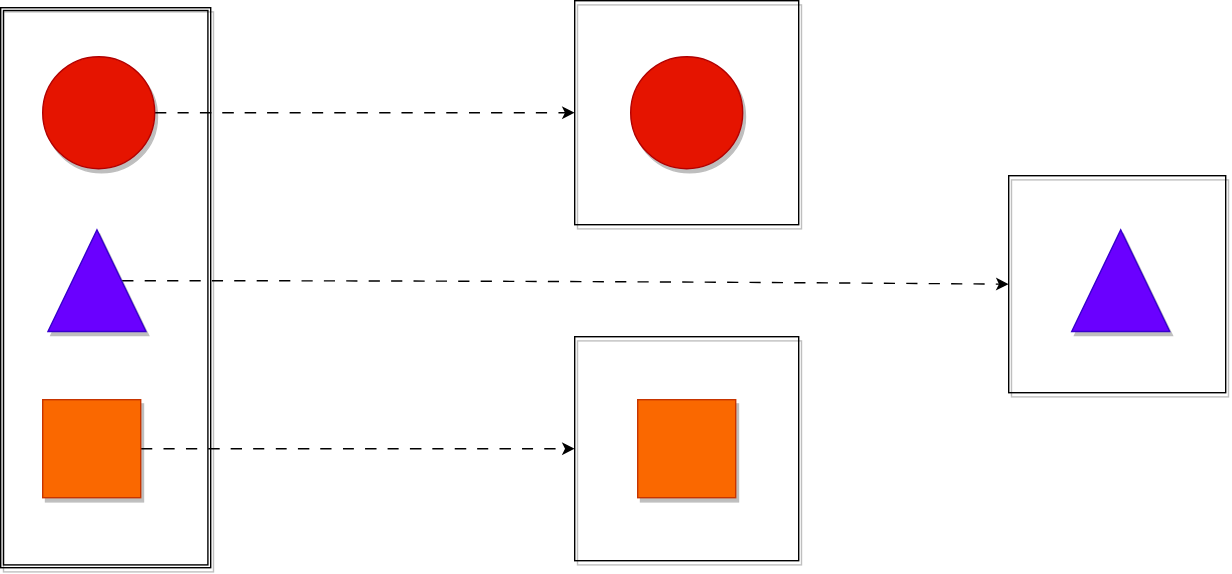
This is images/srp.drawio.svg from gerasoa/SOLID, a draw.io export, as it was before one commit. Source tidied: cells renumbered, new cells last; positions are measured from the earlier drawing's top-left corner, leaving out a move shared by most shapes. Source of this version:
```xml
<mxGraphModel>
  <root>
    <mxCell id="0" />
    <mxCell id="1" parent="0" />
    <mxCell id="2" style="shape=ext;double=1;rounded=0;whiteSpace=wrap;html=1;shadow=1;glass=0;labelBorderColor=none;sketch=0;strokeColor=default;fontFamily=Tahoma;fontSize=13;fillColor=none;" parent="1" vertex="1">
      <mxGeometry y="5" width="150" height="400" as="geometry" />
    </mxCell>
    <mxCell id="3" style="edgeStyle=orthogonalEdgeStyle;curved=1;html=1;exitX=0.5;exitY=1;exitDx=0;exitDy=0;entryX=0;entryY=0.5;entryDx=0;entryDy=0;strokeWidth=1;fontFamily=Tahoma;fontSize=13;flowAnimation=1;" parent="1" edge="1" source="4" target="10">
      <mxGeometry relative="1" as="geometry" />
    </mxCell>
    <mxCell id="4" style="triangle;whiteSpace=wrap;html=1;rounded=0;shadow=1;glass=0;labelBorderColor=none;sketch=0;strokeColor=#3700CC;fontFamily=Tahoma;fontSize=13;fillColor=#6a00ff;rotation=-90;fontColor=#ffffff;" parent="1" vertex="1">
      <mxGeometry x="32.5" y="165" width="72.5" height="70" as="geometry" />
    </mxCell>
    <mxCell id="5" style="edgeStyle=orthogonalEdgeStyle;curved=1;html=1;exitX=1;exitY=0.5;exitDx=0;exitDy=0;entryX=0;entryY=0.5;entryDx=0;entryDy=0;strokeWidth=1;fontFamily=Tahoma;fontSize=13;flowAnimation=1;" parent="1" edge="1" source="6" target="11">
      <mxGeometry relative="1" as="geometry" />
    </mxCell>
    <mxCell id="6" style="whiteSpace=wrap;html=1;rounded=0;shadow=1;glass=0;labelBorderColor=none;sketch=0;strokeColor=#C73500;fontFamily=Tahoma;fontSize=13;fillColor=#fa6800;fontColor=#000000;" parent="1" vertex="1">
      <mxGeometry x="30" y="285" width="70" height="70" as="geometry" />
    </mxCell>
    <mxCell id="7" style="edgeStyle=orthogonalEdgeStyle;curved=1;html=1;exitX=1;exitY=0.5;exitDx=0;exitDy=0;entryX=0;entryY=0.5;entryDx=0;entryDy=0;strokeWidth=1;fontFamily=Tahoma;fontSize=13;flowAnimation=1;" parent="1" edge="1" source="8" target="9">
      <mxGeometry relative="1" as="geometry" />
    </mxCell>
    <mxCell id="8" style="ellipse;whiteSpace=wrap;html=1;rounded=0;shadow=1;glass=0;labelBorderColor=none;sketch=0;strokeColor=#B20000;fontFamily=Tahoma;fontSize=13;fillColor=#e51400;fontColor=#ffffff;" parent="1" vertex="1">
      <mxGeometry x="30" y="40" width="80" height="80" as="geometry" />
    </mxCell>
    <mxCell id="9" style="whiteSpace=wrap;html=1;rounded=0;shadow=1;glass=0;labelBorderColor=none;sketch=0;strokeColor=default;fontFamily=Tahoma;fontSize=13;fillColor=none;" parent="1" vertex="1">
      <mxGeometry x="410" width="160" height="160" as="geometry" />
    </mxCell>
    <mxCell id="10" style="whiteSpace=wrap;html=1;rounded=0;shadow=1;glass=0;labelBorderColor=none;sketch=0;strokeColor=default;fontFamily=Tahoma;fontSize=13;fillColor=none;" parent="1" vertex="1">
      <mxGeometry x="720" y="125" width="155" height="155" as="geometry" />
    </mxCell>
    <mxCell id="11" style="whiteSpace=wrap;html=1;rounded=0;shadow=1;glass=0;labelBorderColor=none;sketch=0;strokeColor=default;fontFamily=Tahoma;fontSize=13;fillColor=none;" parent="1" vertex="1">
      <mxGeometry x="410" y="240" width="160" height="160" as="geometry" />
    </mxCell>
    <mxCell id="12" style="ellipse;whiteSpace=wrap;html=1;rounded=0;shadow=1;glass=0;labelBorderColor=none;sketch=0;strokeColor=#B20000;fontFamily=Tahoma;fontSize=13;fillColor=#e51400;fontColor=#ffffff;" parent="1" vertex="1">
      <mxGeometry x="450" y="40" width="80" height="80" as="geometry" />
    </mxCell>
    <mxCell id="13" style="triangle;whiteSpace=wrap;html=1;rounded=0;shadow=1;glass=0;labelBorderColor=none;sketch=0;strokeColor=#3700CC;fontFamily=Tahoma;fontSize=13;fillColor=#6a00ff;rotation=-90;fontColor=#ffffff;" parent="1" vertex="1">
      <mxGeometry x="763.8" y="165" width="72.5" height="70" as="geometry" />
    </mxCell>
    <mxCell id="14" style="whiteSpace=wrap;html=1;rounded=0;shadow=1;glass=0;labelBorderColor=none;sketch=0;strokeColor=#C73500;fontFamily=Tahoma;fontSize=13;fillColor=#fa6800;fontColor=#000000;" parent="1" vertex="1">
      <mxGeometry x="455" y="285" width="70" height="70" as="geometry" />
    </mxCell>
  </root>
</mxGraphModel>
```
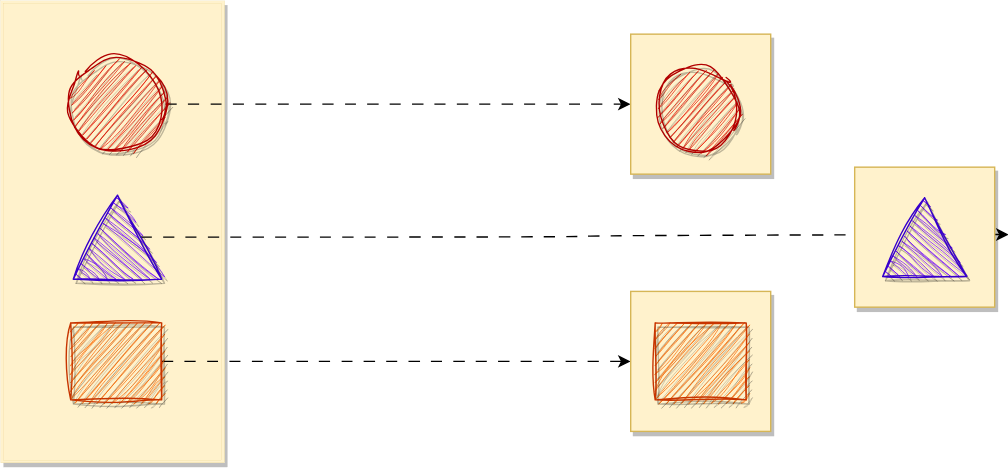
After the commit.

Change to the diagram source:
```diff
@@ -2,44 +2,46 @@
   <root>
     <mxCell id="0" />
     <mxCell id="1" parent="0" />
-    <mxCell id="2" style="shape=ext;double=1;rounded=0;whiteSpace=wrap;html=1;shadow=1;glass=0;labelBorderColor=none;sketch=0;strokeColor=default;fontFamily=Tahoma;fontSize=13;fillColor=none;" parent="1" vertex="1">
-      <mxGeometry y="5" width="150" height="400" as="geometry" />
+    <mxCell id="2" style="shape=ext;double=1;rounded=0;whiteSpace=wrap;html=1;shadow=1;glass=0;labelBorderColor=none;sketch=0;strokeColor=#d6b656;fontFamily=Tahoma;fontSize=13;fillColor=#fff2cc;strokeWidth=0;" parent="1" vertex="1">
+      <mxGeometry y="25" width="160" height="330" as="geometry" />
     </mxCell>
-    <mxCell id="3" style="edgeStyle=orthogonalEdgeStyle;curved=1;html=1;exitX=0.5;exitY=1;exitDx=0;exitDy=0;entryX=0;entryY=0.5;entryDx=0;entryDy=0;strokeWidth=1;fontFamily=Tahoma;fontSize=13;flowAnimation=1;" parent="1" edge="1" source="4" target="10">
-      <mxGeometry relative="1" as="geometry" />
+    <mxCell id="3" style="edgeStyle=orthogonalEdgeStyle;curved=1;html=1;exitX=0.5;exitY=1;exitDx=0;exitDy=0;entryX=0;entryY=0.5;entryDx=0;entryDy=0;strokeWidth=1;fontFamily=Tahoma;fontSize=13;flowAnimation=1;" parent="1" edge="1" source="4">
+      <mxGeometry relative="1" as="geometry">
+        <mxPoint x="720" y="191.9" as="targetPoint" />
+      </mxGeometry>
     </mxCell>
-    <mxCell id="4" style="triangle;whiteSpace=wrap;html=1;rounded=0;shadow=1;glass=0;labelBorderColor=none;sketch=0;strokeColor=#3700CC;fontFamily=Tahoma;fontSize=13;fillColor=#6a00ff;rotation=-90;fontColor=#ffffff;" parent="1" vertex="1">
-      <mxGeometry x="32.5" y="165" width="72.5" height="70" as="geometry" />
+    <mxCell id="4" style="triangle;whiteSpace=wrap;html=1;rounded=0;shadow=1;glass=0;labelBorderColor=none;sketch=1;strokeColor=#3700CC;fontFamily=Tahoma;fontSize=13;fillColor=#6a00ff;rotation=-90;fontColor=#ffffff;curveFitting=1;jiggle=2;" parent="1" vertex="1">
+      <mxGeometry x="53.4" y="162.2" width="60" height="63.1" as="geometry" />
     </mxCell>
-    <mxCell id="5" style="edgeStyle=orthogonalEdgeStyle;curved=1;html=1;exitX=1;exitY=0.5;exitDx=0;exitDy=0;entryX=0;entryY=0.5;entryDx=0;entryDy=0;strokeWidth=1;fontFamily=Tahoma;fontSize=13;flowAnimation=1;" parent="1" edge="1" source="6" target="11">
+    <mxCell id="5" style="edgeStyle=orthogonalEdgeStyle;curved=1;html=1;exitX=1;exitY=0.5;exitDx=0;exitDy=0;entryX=0;entryY=0.5;entryDx=0;entryDy=0;strokeWidth=1;fontFamily=Tahoma;fontSize=13;flowAnimation=1;" parent="1" edge="1" source="6" target="18">
       <mxGeometry relative="1" as="geometry" />
     </mxCell>
-    <mxCell id="6" style="whiteSpace=wrap;html=1;rounded=0;shadow=1;glass=0;labelBorderColor=none;sketch=0;strokeColor=#C73500;fontFamily=Tahoma;fontSize=13;fillColor=#fa6800;fontColor=#000000;" parent="1" vertex="1">
-      <mxGeometry x="30" y="285" width="70" height="70" as="geometry" />
+    <mxCell id="6" style="whiteSpace=wrap;html=1;rounded=0;shadow=1;glass=0;labelBorderColor=none;sketch=1;strokeColor=#C73500;fontFamily=Tahoma;fontSize=13;fillColor=#fa6800;fontColor=#000000;curveFitting=1;jiggle=2;" parent="1" vertex="1">
+      <mxGeometry x="50" y="255" width="65" height="55" as="geometry" />
     </mxCell>
-    <mxCell id="7" style="edgeStyle=orthogonalEdgeStyle;curved=1;html=1;exitX=1;exitY=0.5;exitDx=0;exitDy=0;entryX=0;entryY=0.5;entryDx=0;entryDy=0;strokeWidth=1;fontFamily=Tahoma;fontSize=13;flowAnimation=1;" parent="1" edge="1" source="8" target="9">
+    <mxCell id="7" style="edgeStyle=orthogonalEdgeStyle;curved=1;html=1;exitX=1;exitY=0.5;exitDx=0;exitDy=0;entryX=0;entryY=0.5;entryDx=0;entryDy=0;strokeWidth=1;fontFamily=Tahoma;fontSize=13;flowAnimation=1;" parent="1" edge="1" source="15" target="9">
       <mxGeometry relative="1" as="geometry" />
     </mxCell>
-    <mxCell id="8" style="ellipse;whiteSpace=wrap;html=1;rounded=0;shadow=1;glass=0;labelBorderColor=none;sketch=0;strokeColor=#B20000;fontFamily=Tahoma;fontSize=13;fillColor=#e51400;fontColor=#ffffff;" parent="1" vertex="1">
-      <mxGeometry x="30" y="40" width="80" height="80" as="geometry" />
-    </mxCell>
-    <mxCell id="9" style="whiteSpace=wrap;html=1;rounded=0;shadow=1;glass=0;labelBorderColor=none;sketch=0;strokeColor=default;fontFamily=Tahoma;fontSize=13;fillColor=none;" parent="1" vertex="1">
-      <mxGeometry x="410" width="160" height="160" as="geometry" />
+    <mxCell id="9" style="whiteSpace=wrap;html=1;rounded=0;shadow=1;glass=0;labelBorderColor=none;sketch=0;strokeColor=#d6b656;fontFamily=Tahoma;fontSize=13;fillColor=#fff2cc;" parent="1" vertex="1">
+      <mxGeometry x="450" y="48.8" width="100" height="100" as="geometry" />
     </mxCell>
-    <mxCell id="10" style="whiteSpace=wrap;html=1;rounded=0;shadow=1;glass=0;labelBorderColor=none;sketch=0;strokeColor=default;fontFamily=Tahoma;fontSize=13;fillColor=none;" parent="1" vertex="1">
-      <mxGeometry x="720" y="125" width="155" height="155" as="geometry" />
-    </mxCell>
-    <mxCell id="11" style="whiteSpace=wrap;html=1;rounded=0;shadow=1;glass=0;labelBorderColor=none;sketch=0;strokeColor=default;fontFamily=Tahoma;fontSize=13;fillColor=none;" parent="1" vertex="1">
-      <mxGeometry x="410" y="240" width="160" height="160" as="geometry" />
-    </mxCell>
-    <mxCell id="12" style="ellipse;whiteSpace=wrap;html=1;rounded=0;shadow=1;glass=0;labelBorderColor=none;sketch=0;strokeColor=#B20000;fontFamily=Tahoma;fontSize=13;fillColor=#e51400;fontColor=#ffffff;" parent="1" vertex="1">
-      <mxGeometry x="450" y="40" width="80" height="80" as="geometry" />
+    <mxCell id="12" style="ellipse;whiteSpace=wrap;html=1;rounded=0;shadow=1;glass=0;labelBorderColor=none;sketch=1;strokeColor=#B20000;fontFamily=Tahoma;fontSize=13;fillColor=#e51400;fontColor=#ffffff;curveFitting=1;jiggle=2;" parent="1" vertex="1">
+      <mxGeometry x="467.5" y="72.5" width="60" height="60" as="geometry" />
     </mxCell>
-    <mxCell id="13" style="triangle;whiteSpace=wrap;html=1;rounded=0;shadow=1;glass=0;labelBorderColor=none;sketch=0;strokeColor=#3700CC;fontFamily=Tahoma;fontSize=13;fillColor=#6a00ff;rotation=-90;fontColor=#ffffff;" parent="1" vertex="1">
-      <mxGeometry x="763.8" y="165" width="72.5" height="70" as="geometry" />
-    </mxCell>
-    <mxCell id="14" style="whiteSpace=wrap;html=1;rounded=0;shadow=1;glass=0;labelBorderColor=none;sketch=0;strokeColor=#C73500;fontFamily=Tahoma;fontSize=13;fillColor=#fa6800;fontColor=#000000;" parent="1" vertex="1">
-      <mxGeometry x="455" y="285" width="70" height="70" as="geometry" />
-    </mxCell>
+    <mxCell id="15" style="ellipse;whiteSpace=wrap;html=1;rounded=0;shadow=1;glass=0;labelBorderColor=none;sketch=1;strokeColor=#B20000;fontFamily=Tahoma;fontSize=13;fillColor=#e51400;fontColor=#ffffff;gradientColor=none;curveFitting=1;jiggle=2;" parent="1" vertex="1">
+      <mxGeometry x="50" y="65" width="67.5" height="67.5" as="geometry" />
+    </mxCell>
+    <mxCell id="16" style="whiteSpace=wrap;html=1;rounded=0;shadow=1;glass=0;labelBorderColor=none;sketch=0;strokeColor=#d6b656;fontFamily=Tahoma;fontSize=13;fillColor=#fff2cc;" parent="1" vertex="1">
+      <mxGeometry x="610" y="143.8" width="100" height="100" as="geometry" />
+    </mxCell>
+    <mxCell id="17" style="triangle;whiteSpace=wrap;html=1;rounded=0;shadow=1;glass=0;labelBorderColor=none;sketch=1;strokeColor=#3700CC;fontFamily=Tahoma;fontSize=13;fillColor=#6a00ff;rotation=-90;fontColor=#ffffff;curveFitting=1;jiggle=2;" parent="1" vertex="1">
+      <mxGeometry x="631.9" y="163.8" width="56.2" height="60" as="geometry" />
+    </mxCell>
+    <mxCell id="18" style="whiteSpace=wrap;html=1;rounded=0;shadow=1;glass=0;labelBorderColor=none;sketch=0;strokeColor=#d6b656;fontFamily=Tahoma;fontSize=13;fillColor=#fff2cc;" parent="1" vertex="1">
+      <mxGeometry x="450" y="232.5" width="100" height="100" as="geometry" />
+    </mxCell>
+    <mxCell id="19" style="whiteSpace=wrap;html=1;rounded=0;shadow=1;glass=0;labelBorderColor=none;sketch=1;strokeColor=#C73500;fontFamily=Tahoma;fontSize=13;fillColor=#fa6800;fontColor=#000000;curveFitting=1;jiggle=2;" parent="1" vertex="1">
+      <mxGeometry x="467.5" y="255" width="65" height="55" as="geometry" />
+    </mxCell>
   </root>
 </mxGraphModel>
```
